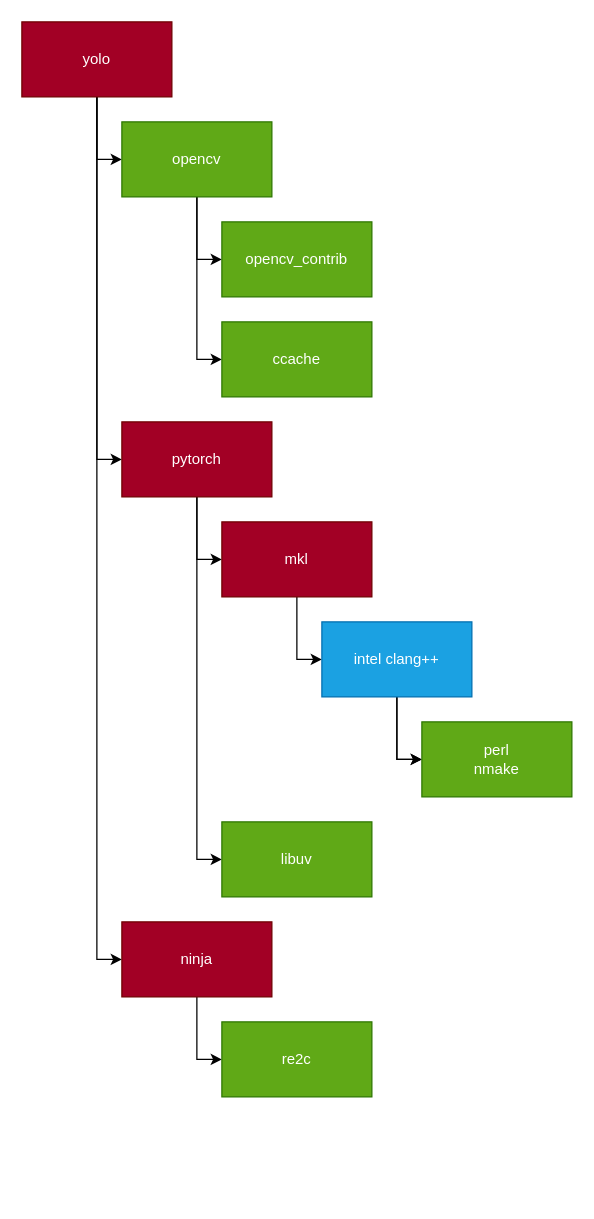
Earlier version of the draw.io diagram Yolo_dependence.drawio (nVietUK/nVietUK). Source tidied: cells renumbered, new cells numbered last; positions are measured from the earlier drawing's top-left corner, leaving out a move shared by most shapes. Both pictures are drawn from the tidied source at 125%, with x=0, y=0 at pixel (21, 21).
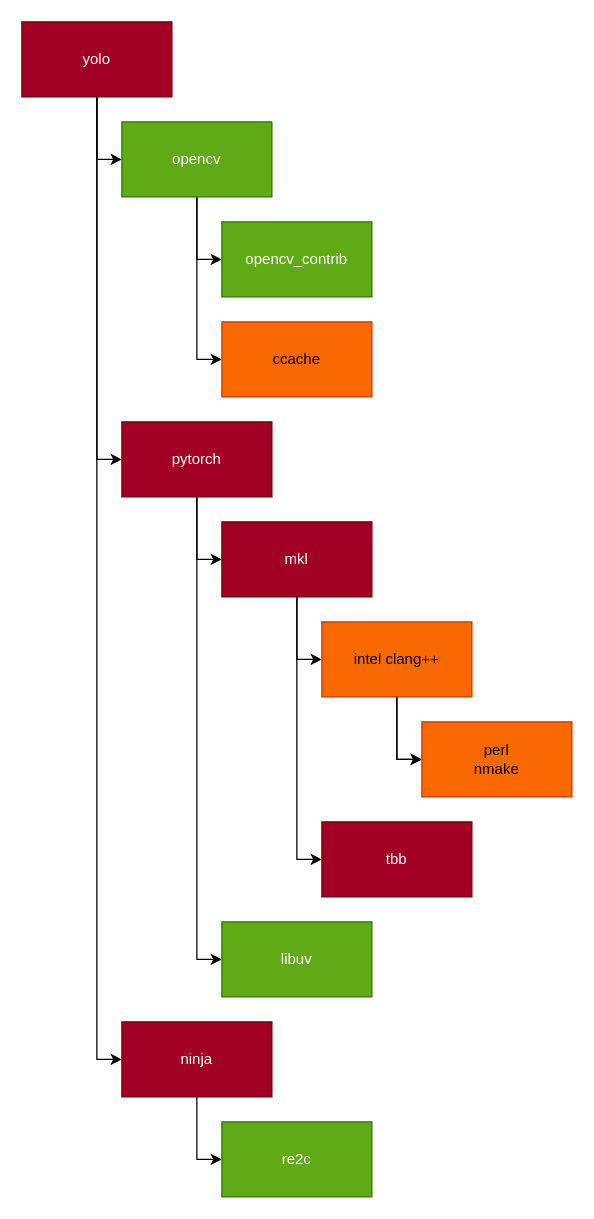
After the change.

Unchanged cells that the change refers to:
```xml
<mxCell id="15" value="mkl" style="rounded=0;whiteSpace=wrap;html=1;fillColor=#a20025;fontColor=#ffffff;strokeColor=#6F0000;" parent="1" vertex="1">
  <mxGeometry x="160" y="400" width="120" height="60" as="geometry" />
</mxCell>
```

Diff of the diagram source:
```diff
@@
-    <mxCell id="10" value="ccache" style="rounded=0;whiteSpace=wrap;html=1;fillColor=#60a917;fontColor=#ffffff;strokeColor=#2D7600;" parent="1" vertex="1">
+    <mxCell id="10" value="ccache" style="rounded=0;whiteSpace=wrap;html=1;fillColor=#fa6800;fontColor=#000000;strokeColor=#C73500;" parent="1" vertex="1">
       <mxGeometry x="160" y="240" width="120" height="60" as="geometry" />
     </mxCell>
@@
+    <mxCell id="24" style="html=1;edgeStyle=orthogonalEdgeStyle;rounded=0;entryX=0;entryY=0.5;entryDx=0;entryDy=0;" parent="1" edge="1" source="15" target="25">
+      <mxGeometry relative="1" as="geometry" />
+    </mxCell>
@@
     <mxCell id="16" value="libuv" style="rounded=0;whiteSpace=wrap;html=1;fillColor=#60a917;fontColor=#ffffff;strokeColor=#2D7600;" parent="1" vertex="1">
-      <mxGeometry x="160" y="640" width="120" height="60" as="geometry" />
+      <mxGeometry x="160" y="720" width="120" height="60" as="geometry" />
     </mxCell>
@@
-    <mxCell id="19" value="intel clang++&lt;br&gt;" style="rounded=0;whiteSpace=wrap;html=1;fillColor=#1ba1e2;fontColor=#ffffff;strokeColor=#006EAF;" parent="1" vertex="1">
+    <mxCell id="19" value="intel clang++&lt;br&gt;" style="rounded=0;whiteSpace=wrap;html=1;fillColor=#fa6800;fontColor=#000000;strokeColor=#C73500;" parent="1" vertex="1">
       <mxGeometry x="240" y="480" width="120" height="60" as="geometry" />
     </mxCell>
-    <mxCell id="20" value="perl&lt;br&gt;nmake&lt;br&gt;" style="rounded=0;whiteSpace=wrap;html=1;fillColor=#60a917;fontColor=#ffffff;strokeColor=#2D7600;" parent="1" vertex="1">
+    <mxCell id="20" value="perl&lt;br&gt;nmake&lt;br&gt;" style="rounded=0;whiteSpace=wrap;html=1;fillColor=#fa6800;fontColor=#000000;strokeColor=#C73500;" parent="1" vertex="1">
       <mxGeometry x="320" y="560" width="120" height="60" as="geometry" />
     </mxCell>
@@
     <mxCell id="22" value="ninja&lt;br&gt;" style="rounded=0;whiteSpace=wrap;html=1;fillColor=#a20025;fontColor=#ffffff;strokeColor=#6F0000;" parent="1" vertex="1">
-      <mxGeometry x="80" y="720" width="120" height="60" as="geometry" />
+      <mxGeometry x="80" y="800" width="120" height="60" as="geometry" />
     </mxCell>
     <mxCell id="23" value="re2c&lt;br&gt;" style="whiteSpace=wrap;html=1;fillColor=#60a917;strokeColor=#2D7600;fontColor=#ffffff;rounded=0;" parent="1" vertex="1">
-      <mxGeometry x="160" y="800" width="120" height="60" as="geometry" />
+      <mxGeometry x="160" y="880" width="120" height="60" as="geometry" />
     </mxCell>
+    <mxCell id="25" value="tbb" style="whiteSpace=wrap;html=1;fillColor=#a20025;strokeColor=#6F0000;fontColor=#ffffff;rounded=0;" parent="1" vertex="1">
+      <mxGeometry x="240" y="640" width="120" height="60" as="geometry" />
+    </mxCell>
```
